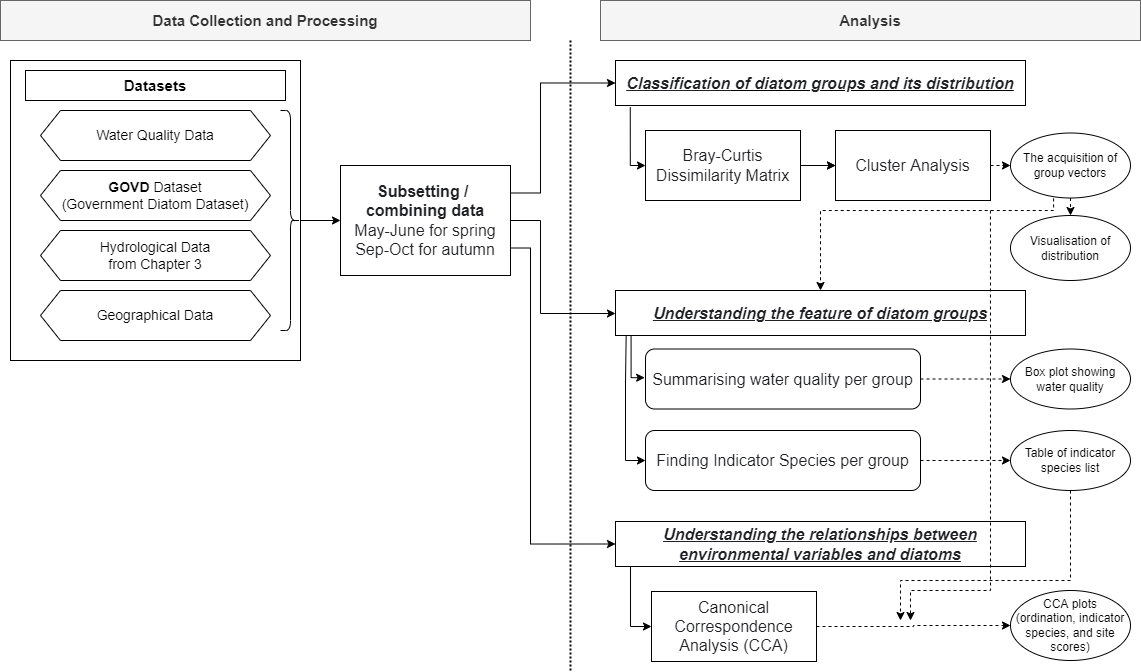
muyeoljung/PhD_Studyarea keeps this draw.io diagram as Chapter6_Flowchart.png. Above is the earlier version. Source tidied: cells renumbered, new cells last; positions are measured from the earlier drawing's top-left corner, leaving out a move shared by most shapes.
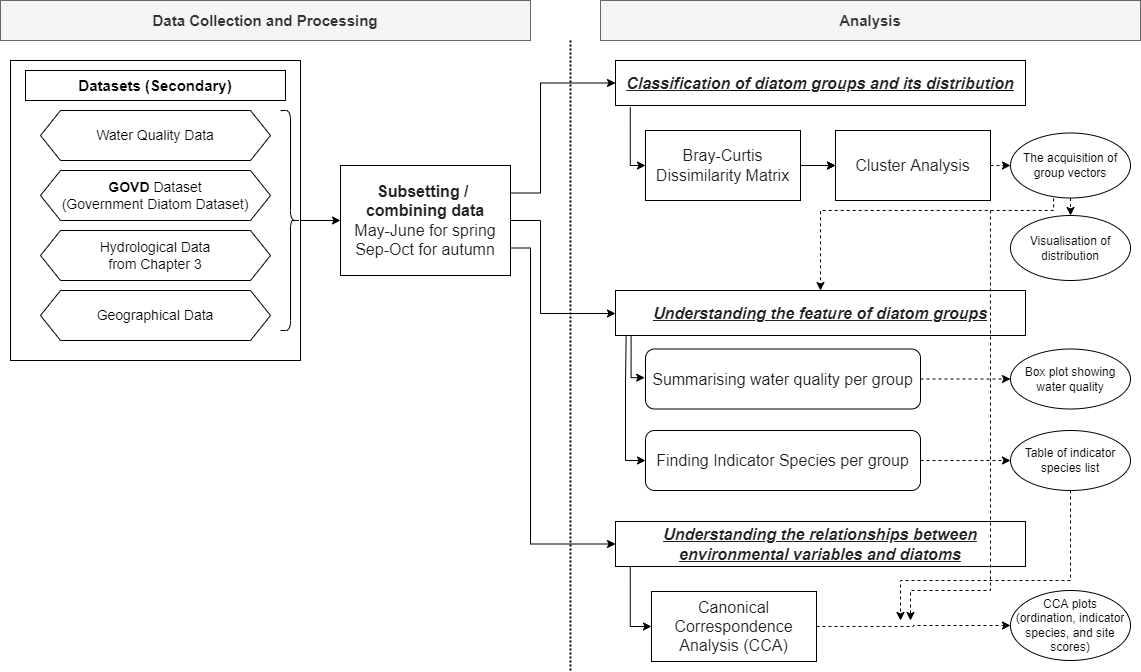
Above is the later version.

The edit, as a diff of the source:
```diff
@@ -5,7 +5,7 @@
     <mxCell id="2" style="rounded=0;whiteSpace=wrap;html=1;" parent="1" vertex="1">
       <mxGeometry x="10" y="60" width="290" height="300" as="geometry" />
     </mxCell>
-    <mxCell id="3" value="&lt;font style=&quot;font-size: 15px&quot;&gt;Datasets&lt;/font&gt;" style="rounded=0;whiteSpace=wrap;html=1;fontStyle=1;" parent="1" vertex="1">
+    <mxCell id="3" value="&lt;font style=&quot;font-size: 15px&quot;&gt;Datasets (Secondary)&lt;/font&gt;" style="rounded=0;whiteSpace=wrap;html=1;fontStyle=1;" parent="1" vertex="1">
       <mxGeometry x="25" y="70" width="260" height="30" as="geometry" />
     </mxCell>
     <mxCell id="4" value="&lt;font style=&quot;font-size: 14px&quot;&gt;Water Quality Data&lt;/font&gt;" style="shape=hexagon;perimeter=hexagonPerimeter2;whiteSpace=wrap;html=1;fixedSize=1;" parent="1" vertex="1">
```
